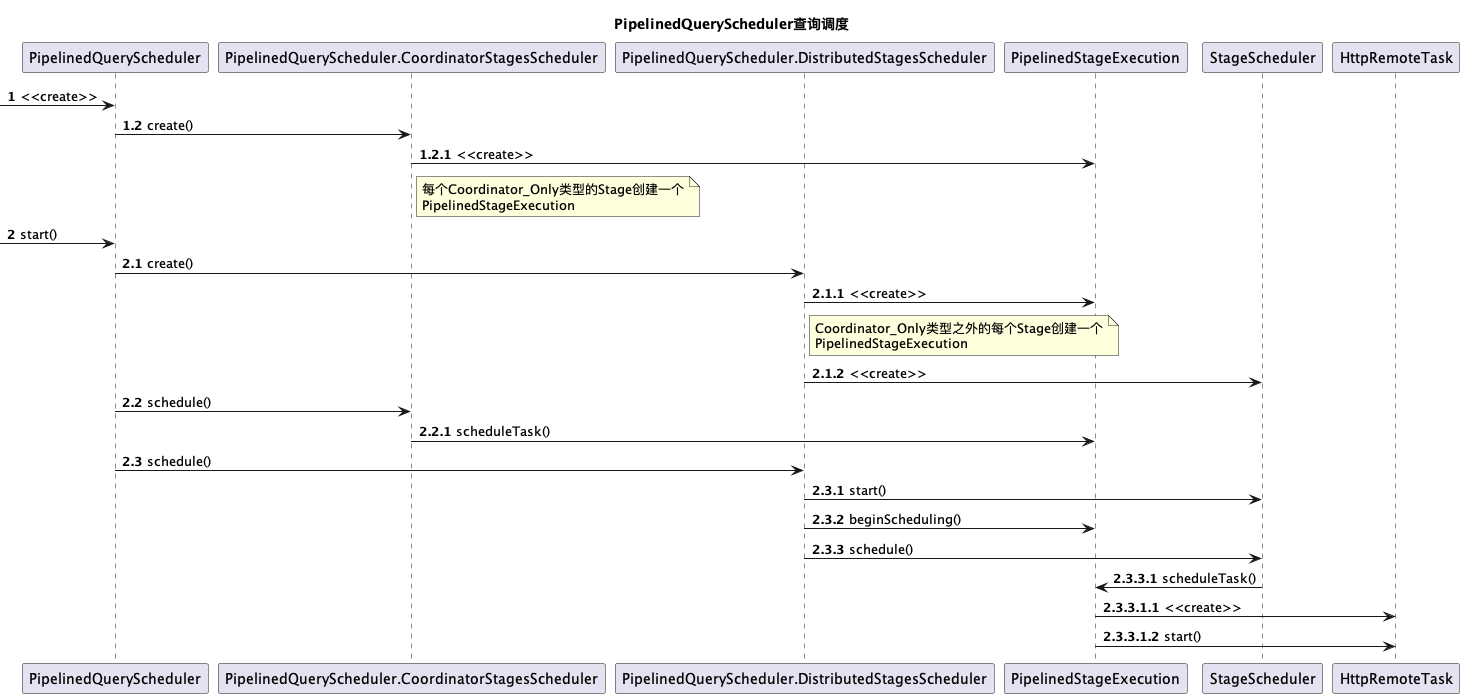
This is trino/images/image-pipelinedQueryScheduler.png from pyh8023/study, a PlantUML export, as it was before one commit. Source of this version:
```plantuml
@startuml
title PipelinedQueryScheduler查询调度
autonumber
-> PipelinedQueryScheduler:  <<create>>
autonumber 1.2
PipelinedQueryScheduler -> PipelinedQueryScheduler.CoordinatorStagesScheduler : create()
participant PipelinedQueryScheduler.DistributedStagesScheduler
autonumber 1.2.1
PipelinedQueryScheduler.CoordinatorStagesScheduler -> PipelinedStageExecution : <<create>>
note right of PipelinedQueryScheduler.CoordinatorStagesScheduler
每个Coordinator_Only类型的Stage创建一个
PipelinedStageExecution
end note

autonumber 2
-> PipelinedQueryScheduler: start()
autonumber 2.1
PipelinedQueryScheduler -> PipelinedQueryScheduler.DistributedStagesScheduler : create()
autonumber 2.1.1
PipelinedQueryScheduler.DistributedStagesScheduler -> PipelinedStageExecution : <<create>>
note right of PipelinedQueryScheduler.DistributedStagesScheduler
Coordinator_Only类型之外的每个Stage创建一个
PipelinedStageExecution
end note
PipelinedQueryScheduler.DistributedStagesScheduler -> StageScheduler : <<create>>

autonumber 2.2
PipelinedQueryScheduler -> PipelinedQueryScheduler.CoordinatorStagesScheduler : schedule()
autonumber 2.2.1
PipelinedQueryScheduler.CoordinatorStagesScheduler -> PipelinedStageExecution : scheduleTask()

autonumber 2.3
PipelinedQueryScheduler -> PipelinedQueryScheduler.DistributedStagesScheduler : schedule()
autonumber 2.3.1
PipelinedQueryScheduler.DistributedStagesScheduler -> StageScheduler : start()
PipelinedQueryScheduler.DistributedStagesScheduler -> PipelinedStageExecution : beginScheduling()
PipelinedQueryScheduler.DistributedStagesScheduler -> StageScheduler : schedule()
autonumber 2.3.3.1
StageScheduler -> PipelinedStageExecution : scheduleTask()
autonumber 2.3.3.1.1
PipelinedStageExecution -> HttpRemoteTask : <<create>>
PipelinedStageExecution -> HttpRemoteTask : start()
@enduml
```
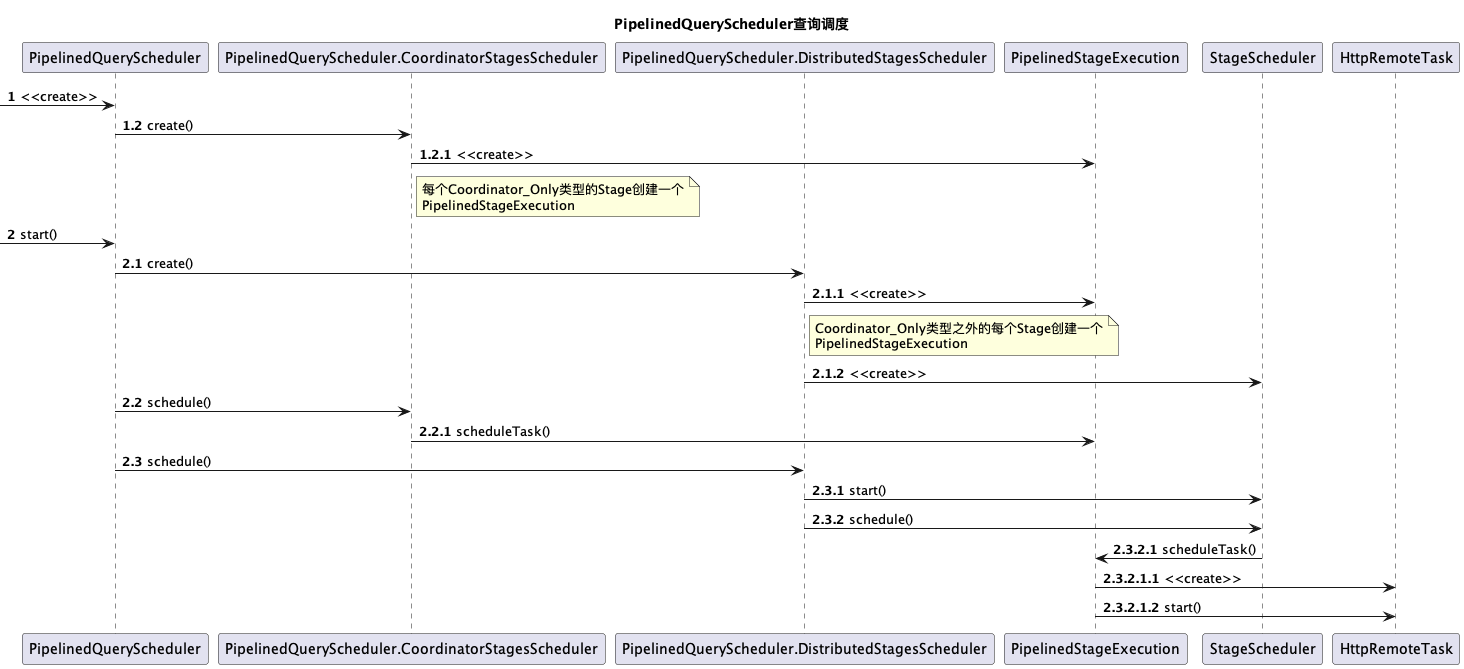
The same diagram one commit later.

Change to the diagram source:
```diff
@@ -33,11 +33,10 @@
 PipelinedQueryScheduler -> PipelinedQueryScheduler.DistributedStagesScheduler : schedule()
 autonumber 2.3.1
 PipelinedQueryScheduler.DistributedStagesScheduler -> StageScheduler : start()
-PipelinedQueryScheduler.DistributedStagesScheduler -> PipelinedStageExecution : beginScheduling()
 PipelinedQueryScheduler.DistributedStagesScheduler -> StageScheduler : schedule()
-autonumber 2.3.3.1
+autonumber 2.3.2.1
 StageScheduler -> PipelinedStageExecution : scheduleTask()
-autonumber 2.3.3.1.1
+autonumber 2.3.2.1.1
 PipelinedStageExecution -> HttpRemoteTask : <<create>>
 PipelinedStageExecution -> HttpRemoteTask : start()
 @enduml
```
